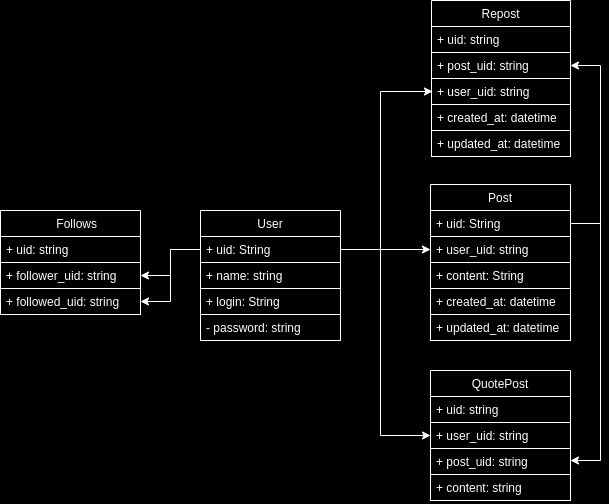
The draw.io diagram docs/class-document.png in lucca257/desafio-strider, before a commit. Source tidied: cells renumbered, new cells last; positions are measured from the earlier drawing's top-left corner, leaving out a move shared by most shapes.
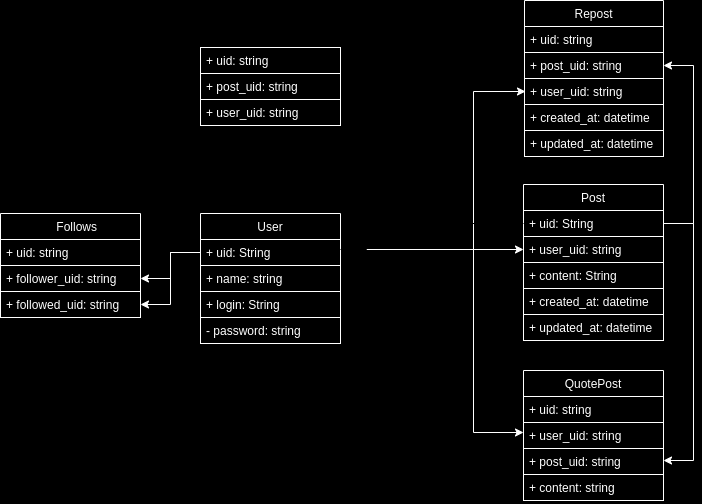
After the commit.

Commit message:
feature: list all user reply posts

The edit, as a diff of the source:
```diff
@@ -3,7 +3,7 @@
     <mxCell id="0" />
     <mxCell id="1" parent="0" />
     <mxCell id="2" value="User" style="swimlane;fontStyle=0;horizontal=1;startSize=26;fillColor=none;strokeColor=#FFFFFF;fontColor=#FFFFFF;" parent="1" vertex="1">
-      <mxGeometry x="200" y="210" width="140" height="130" as="geometry" />
+      <mxGeometry x="107" y="213" width="140" height="130" as="geometry" />
     </mxCell>
     <mxCell id="3" value="+ uid: String " style="text;strokeColor=#FFFFFF;fillColor=none;align=left;verticalAlign=top;spacingLeft=4;spacingRight=4;overflow=hidden;points=[[0,0.5],[1,0.5]];portConstraint=eastwest;fontColor=#FFFFFF;" parent="2" vertex="1">
       <mxGeometry y="26" width="140" height="26" as="geometry" />
@@ -36,10 +36,15 @@
       <mxGeometry y="130" width="140" height="26" as="geometry" />
     </mxCell>
     <mxCell id="13" style="edgeStyle=orthogonalEdgeStyle;rounded=0;jettySize=auto;html=1;strokeWidth=1;strokeColor=#FFFFFF;fontColor=#FFFFFF;" parent="1" edge="1" source="3" target="9">
-      <mxGeometry relative="1" as="geometry" />
+      <mxGeometry relative="1" as="geometry">
+        <Array as="points">
+          <mxPoint x="323" y="249" />
+          <mxPoint x="323" y="249" />
+        </Array>
+      </mxGeometry>
     </mxCell>
     <mxCell id="14" value="    Follows" style="swimlane;fontStyle=0;horizontal=1;startSize=26;fillColor=none;strokeColor=#FFFFFF;fontColor=#FFFFFF;" parent="1" vertex="1">
-      <mxGeometry y="210" width="140" height="104" as="geometry" />
+      <mxGeometry x="-93" y="213" width="140" height="104" as="geometry" />
     </mxCell>
     <mxCell id="15" value="+ uid: string" style="text;strokeColor=#FFFFFF;fillColor=none;align=left;verticalAlign=top;spacingLeft=4;spacingRight=4;overflow=hidden;fontColor=#FFFFFF;" parent="14" vertex="1">
       <mxGeometry y="26" width="140" height="26" as="geometry" />
@@ -107,11 +112,13 @@
     <mxCell id="32" value="+ content: string" style="text;strokeColor=#FFFFFF;fillColor=none;align=left;verticalAlign=top;spacingLeft=4;spacingRight=4;overflow=hidden;fontColor=#FFFFFF;" parent="28" vertex="1">
       <mxGeometry y="104" width="140" height="26" as="geometry" />
     </mxCell>
-    <mxCell id="33" style="edgeStyle=orthogonalEdgeStyle;rounded=0;jettySize=auto;html=1;entryX=0;entryY=0.5;entryDx=0;entryDy=0;fontColor=#FFFFFF;strokeWidth=1;strokeColor=#FFFFFF;" parent="1" edge="1" source="3" target="30">
+    <mxCell id="33" style="edgeStyle=orthogonalEdgeStyle;rounded=0;orthogonalLoop=1;jettySize=auto;html=1;entryX=0;entryY=0.5;entryDx=0;entryDy=0;fontColor=#FFFFFF;strokeWidth=1;strokeColor=#FFFFFF;" parent="1" edge="1">
       <mxGeometry relative="1" as="geometry">
+        <mxPoint x="247" y="249" as="sourcePoint" />
+        <mxPoint x="430" y="432" as="targetPoint" />
         <Array as="points">
           <mxPoint x="380" y="249" />
-          <mxPoint x="380" y="435" />
+          <mxPoint x="380" y="432" />
         </Array>
       </mxGeometry>
     </mxCell>
@@ -123,5 +130,29 @@
         </Array>
       </mxGeometry>
     </mxCell>
+    <mxCell id="35" value="ReplyPost" style="swimlane;fontStyle=0;horizontal=1;startSize=26;fillColor=none;" parent="1" vertex="1">
+      <mxGeometry x="107" y="21" width="140" height="104" as="geometry" />
+    </mxCell>
+    <mxCell id="36" value="+ uid: string" style="text;strokeColor=#FFFFFF;fillColor=none;align=left;verticalAlign=top;spacingLeft=4;spacingRight=4;overflow=hidden;fontColor=#FFFFFF;" parent="35" vertex="1">
+      <mxGeometry y="26" width="140" height="26" as="geometry" />
+    </mxCell>
+    <mxCell id="37" value="+ post_uid: string" style="text;strokeColor=#FFFFFF;fillColor=none;align=left;verticalAlign=top;spacingLeft=4;spacingRight=4;overflow=hidden;points=[[0,0.5],[1,0.5]];portConstraint=eastwest;fontColor=#FFFFFF;" parent="35" vertex="1">
+      <mxGeometry y="52" width="140" height="26" as="geometry" />
+    </mxCell>
+    <mxCell id="38" value="+ user_uid: string" style="text;strokeColor=#FFFFFF;fillColor=none;align=left;verticalAlign=top;spacingLeft=4;spacingRight=4;overflow=hidden;points=[[0,0.5],[1,0.5]];portConstraint=eastwest;fontColor=#FFFFFF;" parent="35" vertex="1">
+      <mxGeometry y="78" width="140" height="26" as="geometry" />
+    </mxCell>
+    <mxCell id="39" style="edgeStyle=orthogonalEdgeStyle;rounded=0;jettySize=auto;html=1;" parent="1" edge="1" target="38">
+      <mxGeometry relative="1" as="geometry">
+        <mxPoint x="247" y="249" as="sourcePoint" />
+        <Array as="points">
+          <mxPoint x="273" y="249" />
+          <mxPoint x="273" y="112" />
+        </Array>
+      </mxGeometry>
+    </mxCell>
+    <mxCell id="40" style="edgeStyle=orthogonalEdgeStyle;rounded=0;jettySize=auto;html=1;" parent="1" edge="1" source="8" target="37">
+      <mxGeometry relative="1" as="geometry" />
+    </mxCell>
   </root>
 </mxGraphModel>
```
